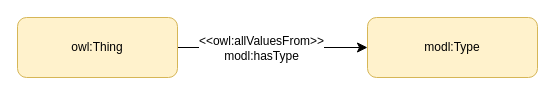
The draw.io diagram Drawio Patterns/explicit-typing.drawio in nd-crane/Drawio-experiments, before the edit. Source tidied: cells renumbered, new cells numbered last; positions are measured from the earlier drawing's top-left corner, leaving out a move shared by most shapes. Both pictures are drawn from the tidied source at 100%, with x=0, y=0 at pixel (17, 17).
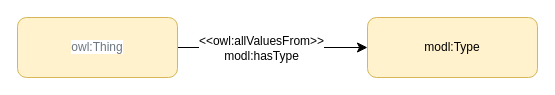
The same diagram, later.

Commit message:
Experiments with owl:Thing

What changed in the source:
```diff
@@
 <mxGraphModel>
   <root>
     <mxCell id="0" />
     <mxCell id="1" parent="0" />
     <mxCell id="2" value="modl:Type" style="rounded=1;whiteSpace=wrap;html=1;snapToPoint=1;points=[[0.1,0],[0.2,0],[0.3,0],[0.4,0],[0.5,0],[0.6,0],[0.7,0],[0.8,0],[0.9,0],[0,0.1],[0,0.3],[0,0.5],[0,0.7],[0,0.9],[0.1,1],[0.2,1],[0.3,1],[0.4,1],[0.5,1],[0.6,1],[0.7,1],[0.8,1],[0.9,1],[1,0.1],[1,0.3],[1,0.5],[1,0.7],[1,0.9]];fillColor=#fff2cc;strokeColor=#d6b656;" parent="1" vertex="1">
       <mxGeometry x="350" width="170" height="60" as="geometry" />
     </mxCell>
     <mxCell id="3" style="endArrow=classic;html=1;exitX=1;exitY=0.5;exitDx=0;exitDy=0;entryX=0;entryY=0.5;entryDx=0;entryDy=0;endSize=8;arcSize=0;" parent="1" edge="1" source="5" target="2">
       <mxGeometry relative="1" as="geometry" />
     </mxCell>
     <mxCell id="4" value="&lt;div&gt;&lt;div&gt;&amp;lt;&amp;lt;owl:allValuesFrom&amp;gt;&amp;gt;&lt;/div&gt;modl:hasType&lt;/div&gt;" style="text;html=1;align=center;verticalAlign=middle;labelBackgroundColor=#ffffff;" parent="3" vertex="1">
       <mxGeometry x="-0.13" relative="1" as="geometry" />
     </mxCell>
-    <mxCell id="5" value="owl:Thing" style="rounded=1;whiteSpace=wrap;html=1;snapToPoint=1;points=[[0.1,0],[0.2,0],[0.3,0],[0.4,0],[0.5,0],[0.6,0],[0.7,0],[0.8,0],[0.9,0],[0,0.1],[0,0.3],[0,0.5],[0,0.7],[0,0.9],[0.1,1],[0.2,1],[0.3,1],[0.4,1],[0.5,1],[0.6,1],[0.7,1],[0.8,1],[0.9,1],[1,0.1],[1,0.3],[1,0.5],[1,0.7],[1,0.9]];fillColor=#fff2cc;strokeColor=#d6b656;glass=0;" parent="1" vertex="1">
+    <mxCell id="5" value="&lt;font color=&quot;#6e7781&quot;&gt;&lt;span style=&quot;background-color: rgb(255 , 255 , 255)&quot;&gt;owl:Thing&lt;/span&gt;&lt;/font&gt;" style="rounded=1;whiteSpace=wrap;html=1;snapToPoint=1;points=[[0.1,0],[0.2,0],[0.3,0],[0.4,0],[0.5,0],[0.6,0],[0.7,0],[0.8,0],[0.9,0],[0,0.1],[0,0.3],[0,0.5],[0,0.7],[0,0.9],[0.1,1],[0.2,1],[0.3,1],[0.4,1],[0.5,1],[0.6,1],[0.7,1],[0.8,1],[0.9,1],[1,0.1],[1,0.3],[1,0.5],[1,0.7],[1,0.9]];fillColor=#fff2cc;strokeColor=#d6b656;glass=0;" parent="1" vertex="1">
       <mxGeometry width="160" height="60" as="geometry" />
     </mxCell>
   </root>
 </mxGraphModel>
```
